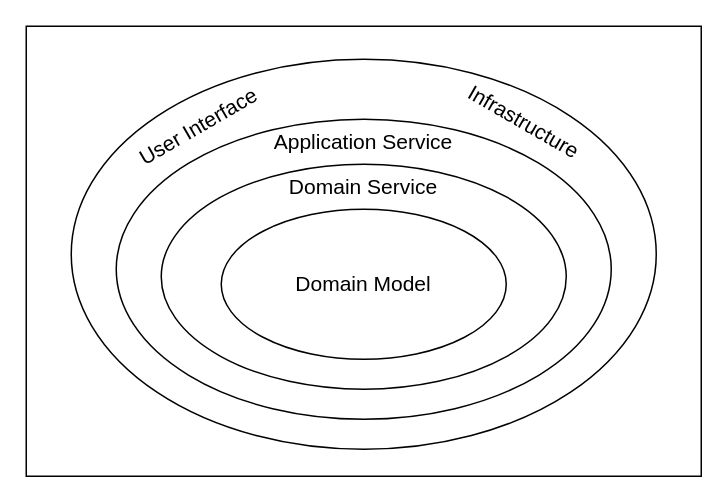
Earlier version of the draw.io diagram page "オニオンアーキテクチャ" (2 of 23) of Documents/Design/Figures.drawio (bosssanovar/WindowsApp_Template_202404). Source tidied: cells renumbered, new cells numbered last; positions are measured from the earlier drawing's top-left corner, leaving out a move shared by most shapes. Both pictures are drawn from the tidied source at 150%, with x=0, y=0 at pixel (26, 26).
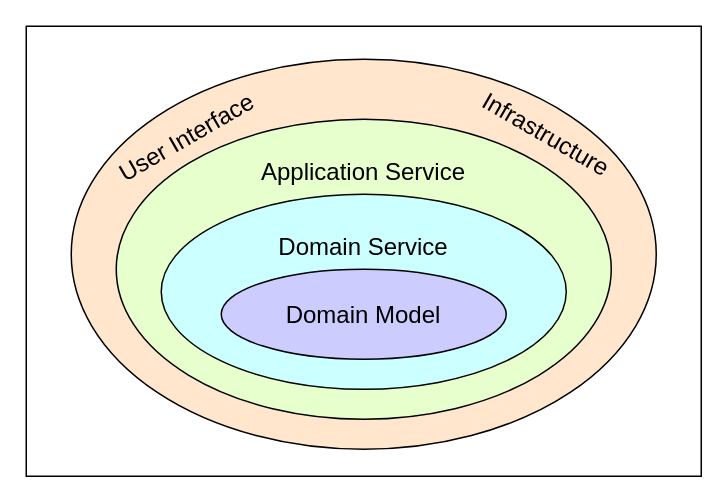
After the change.

Diff of the diagram source:
```diff
@@
 <mxGraphModel>
   <root>
     <mxCell id="0" />
     <mxCell id="1" parent="0" />
-    <mxCell id="2" style="rounded=0;whiteSpace=wrap;html=1;fontSize=14;" parent="1" vertex="1">
+    <mxCell id="2" style="rounded=0;whiteSpace=wrap;html=1;fontSize=16;fontColor=#000000;" parent="1" vertex="1">
       <mxGeometry width="450" height="300" as="geometry" />
     </mxCell>
-    <mxCell id="3" value="&lt;font color=&quot;#000000&quot; style=&quot;font-size: 14px;&quot;&gt;&lt;br style=&quot;font-size: 14px;&quot;&gt;&lt;/font&gt;" style="ellipse;whiteSpace=wrap;html=1;strokeColor=#000000;strokeWidth=1;fontColor=#009900;fillColor=#FFFFFF;verticalAlign=top;fontSize=14;" parent="1" vertex="1">
+    <mxCell id="3" value="&lt;font style=&quot;font-size: 16px;&quot;&gt;&lt;br style=&quot;font-size: 16px;&quot;&gt;&lt;/font&gt;" style="ellipse;whiteSpace=wrap;html=1;strokeColor=#000000;strokeWidth=1;fontColor=#000000;fillColor=#FFE6CC;verticalAlign=top;fontSize=16;" parent="1" vertex="1">
       <mxGeometry x="30" y="22" width="390" height="260" as="geometry" />
     </mxCell>
-    <mxCell id="4" value="&lt;font color=&quot;#000000&quot; style=&quot;font-size: 14px;&quot;&gt;Application Service&lt;br style=&quot;font-size: 14px;&quot;&gt;&lt;br style=&quot;font-size: 14px;&quot;&gt;&lt;/font&gt;" style="ellipse;whiteSpace=wrap;html=1;strokeColor=#000000;strokeWidth=1;fontColor=#009900;fillColor=#FFFFFF;verticalAlign=top;fontSize=14;" parent="1" vertex="1">
+    <mxCell id="4" value="&lt;font style=&quot;font-size: 16px;&quot;&gt;&lt;br&gt;Application Service&lt;br style=&quot;font-size: 16px;&quot;&gt;&lt;br style=&quot;font-size: 16px;&quot;&gt;&lt;/font&gt;" style="ellipse;whiteSpace=wrap;html=1;strokeColor=#000000;strokeWidth=1;fontColor=#000000;fillColor=#E6FFCC;verticalAlign=top;fontSize=16;" parent="1" vertex="1">
       <mxGeometry x="60" y="62" width="330" height="200" as="geometry" />
     </mxCell>
-    <mxCell id="5" value="&lt;font color=&quot;#000000&quot; style=&quot;font-size: 14px;&quot;&gt;Domain Service&lt;br style=&quot;font-size: 14px;&quot;&gt;&lt;br style=&quot;font-size: 14px;&quot;&gt;&lt;/font&gt;" style="ellipse;whiteSpace=wrap;html=1;strokeColor=#000000;strokeWidth=1;fontColor=#009900;fillColor=#FFFFFF;verticalAlign=top;fontSize=14;" parent="1" vertex="1">
-      <mxGeometry x="90" y="92" width="270" height="150" as="geometry" />
+    <mxCell id="5" value="&lt;font style=&quot;font-size: 16px;&quot;&gt;&lt;br&gt;Domain Service&lt;br style=&quot;font-size: 16px;&quot;&gt;&lt;br style=&quot;font-size: 16px;&quot;&gt;&lt;/font&gt;" style="ellipse;whiteSpace=wrap;html=1;strokeColor=#000000;strokeWidth=1;fontColor=#000000;fillColor=#CCFFFF;verticalAlign=top;fontSize=16;" parent="1" vertex="1">
+      <mxGeometry x="90" y="112" width="270" height="130" as="geometry" />
     </mxCell>
-    <mxCell id="6" value="&lt;font color=&quot;#000000&quot; style=&quot;font-size: 14px;&quot;&gt;Domain Model&lt;/font&gt;" style="ellipse;whiteSpace=wrap;html=1;strokeColor=#000000;strokeWidth=1;fontColor=#009900;fillColor=#FFFFFF;fontSize=14;" parent="1" vertex="1">
-      <mxGeometry x="130" y="122" width="190" height="100" as="geometry" />
+    <mxCell id="6" value="&lt;font style=&quot;font-size: 16px;&quot;&gt;Domain Model&lt;/font&gt;" style="ellipse;whiteSpace=wrap;html=1;strokeColor=#000000;strokeWidth=1;fontColor=#000000;fillColor=#CCCCFF;fontSize=16;" parent="1" vertex="1">
+      <mxGeometry x="130" y="162" width="190" height="60" as="geometry" />
     </mxCell>
-    <mxCell id="7" value="User Interface" style="text;html=1;strokeColor=none;fillColor=none;align=center;verticalAlign=middle;whiteSpace=wrap;rounded=0;strokeWidth=1;fontColor=#000000;fontSize=14;rotation=-30;" parent="1" vertex="1">
-      <mxGeometry x="60" y="52" width="110" height="30" as="geometry" />
+    <mxCell id="7" value="User Interface" style="text;html=1;strokeColor=none;fillColor=none;align=center;verticalAlign=middle;whiteSpace=wrap;rounded=0;strokeWidth=1;fontColor=#000000;fontSize=16;rotation=-30;" parent="1" vertex="1">
+      <mxGeometry x="52" y="59" width="110" height="30" as="geometry" />
     </mxCell>
-    <mxCell id="8" value="Infrastructure" style="text;html=1;strokeColor=none;fillColor=none;align=center;verticalAlign=middle;whiteSpace=wrap;rounded=0;strokeWidth=1;fontColor=#000000;fontSize=14;rotation=30;" parent="1" vertex="1">
-      <mxGeometry x="277" y="49" width="110" height="30" as="geometry" />
+    <mxCell id="8" value="Infrastructure" style="text;html=1;strokeColor=none;fillColor=none;align=center;verticalAlign=middle;whiteSpace=wrap;rounded=0;strokeWidth=1;fontColor=#000000;fontSize=16;rotation=30;" parent="1" vertex="1">
+      <mxGeometry x="292" y="57" width="110" height="30" as="geometry" />
     </mxCell>
   </root>
 </mxGraphModel>
```
